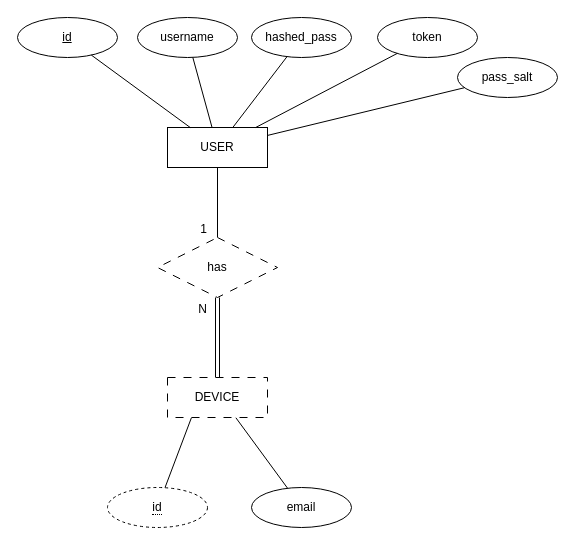
This is Diagrams/PostgresDB-diagram.drawio from MiguelRocha2001/PS-Monitor-IoT-System, a draw.io file, before an edit. Source tidied: cells renumbered, new cells numbered last; positions are measured from the earlier drawing's top-left corner, leaving out a move shared by most shapes. Both pictures are drawn from the tidied source at 100%, with x=0, y=0 at pixel (17, 17).
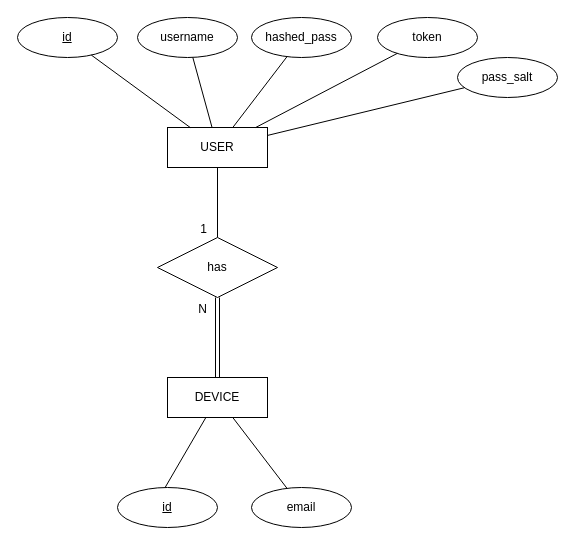
Above is the later version.

Commit message (it also covers changes not shown here):
The device id is now calculated, based on the current timestamp

The change refers to these unchanged cells:
```xml
<mxCell id="4" value="email" style="ellipse;whiteSpace=wrap;html=1;align=center;" parent="1" vertex="1">
  <mxGeometry x="234" y="470" width="100" height="40" as="geometry" />
</mxCell>
<mxCell id="5" value="USER" style="whiteSpace=wrap;html=1;align=center;" parent="1" vertex="1">
  <mxGeometry x="150" y="110" width="100" height="40" as="geometry" />
</mxCell>
```

Diff of the diagram source:
```diff
@@
-    <mxCell id="2" style="endArrow=none;html=1;rounded=0;" parent="1" edge="1" source="20">
+    <mxCell id="2" style="endArrow=none;html=1;rounded=0;" parent="1" edge="1" target="18">
       <mxGeometry relative="1" as="geometry">
-        <mxPoint x="174" y="400" as="targetPoint" />
+        <mxPoint x="147.5" y="470.2" as="sourcePoint" />
       </mxGeometry>
     </mxCell>
-    <mxCell id="3" style="endArrow=none;html=1;rounded=0;" parent="1" edge="1" source="4">
-      <mxGeometry relative="1" as="geometry">
-        <mxPoint x="218.2" y="400" as="targetPoint" />
-      </mxGeometry>
+    <mxCell id="3" style="endArrow=none;html=1;rounded=0;" parent="1" edge="1" source="4" target="18">
+      <mxGeometry relative="1" as="geometry" />
     </mxCell>
@@
-    <mxCell id="14" style="endArrow=none;html=1;rounded=0;" parent="1" edge="1" source="5">
-      <mxGeometry relative="1" as="geometry">
-        <mxPoint x="200" y="220" as="targetPoint" />
-      </mxGeometry>
+    <mxCell id="14" style="endArrow=none;html=1;rounded=0;" parent="1" edge="1" source="5" target="19">
+      <mxGeometry relative="1" as="geometry" />
     </mxCell>
@@
-    <mxCell id="16" style="endArrow=none;html=1;rounded=0;shape=link;" parent="1" edge="1">
-      <mxGeometry relative="1" as="geometry">
-        <mxPoint x="200" y="360" as="sourcePoint" />
-        <mxPoint x="200" y="280" as="targetPoint" />
-      </mxGeometry>
+    <mxCell id="16" style="endArrow=none;html=1;rounded=0;shape=link;exitX=0.5;exitY=0;exitDx=0;exitDy=0;" parent="1" edge="1" source="18" target="19">
+      <mxGeometry relative="1" as="geometry" />
     </mxCell>
@@
-    <mxCell id="18" value="DEVICE" style="whiteSpace=wrap;html=1;align=center;dashed=1;dashPattern=8 8;" parent="1" vertex="1">
-      <mxGeometry x="150" y="360" width="100" height="40" as="geometry" />
-    </mxCell>
-    <mxCell id="19" value="has" style="shape=rhombus;perimeter=rhombusPerimeter;whiteSpace=wrap;html=1;align=center;dashed=1;dashPattern=8 8;" parent="1" vertex="1">
-      <mxGeometry x="140" y="220" width="120" height="60" as="geometry" />
-    </mxCell>
-    <mxCell id="20" value="&lt;span style=&quot;border-bottom: 1px dotted&quot;&gt;id&lt;/span&gt;" style="ellipse;whiteSpace=wrap;html=1;align=center;dashed=1;" parent="1" vertex="1">
-      <mxGeometry x="90" y="470" width="100" height="40" as="geometry" />
-    </mxCell>
@@
+    <mxCell id="18" value="DEVICE" style="whiteSpace=wrap;html=1;align=center;" parent="1" vertex="1">
+      <mxGeometry x="150" y="360" width="100" height="40" as="geometry" />
+    </mxCell>
+    <mxCell id="20" value="id" style="ellipse;whiteSpace=wrap;html=1;align=center;fontStyle=4;" parent="1" vertex="1">
+      <mxGeometry x="100" y="470" width="100" height="40" as="geometry" />
+    </mxCell>
+    <mxCell id="19" value="has" style="shape=rhombus;perimeter=rhombusPerimeter;whiteSpace=wrap;html=1;align=center;" parent="1" vertex="1">
+      <mxGeometry x="140" y="220" width="120" height="60" as="geometry" />
+    </mxCell>
```
